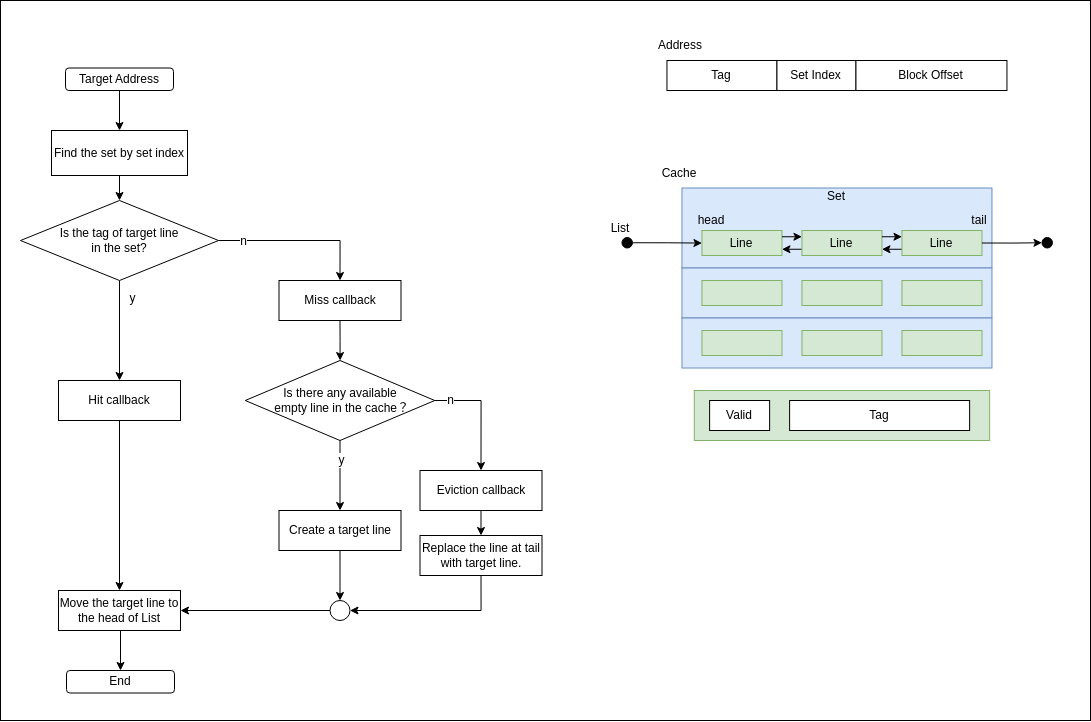
Earlier version of the draw.io export Lab/lab3_cachelab/cachelab-handout/LRU_flow.png (ghghghg2/CS-APP-Lab). Source tidied: cells renumbered, new cells last; positions are measured from the earlier drawing's top-left corner, leaving out a move shared by most shapes. The source it was exported from:
```xml
<mxGraphModel>
  <root>
    <mxCell id="0" />
    <mxCell id="1" parent="0" />
    <mxCell id="2" style="rounded=0;whiteSpace=wrap;html=1;" parent="1" vertex="1">
      <mxGeometry width="1090" height="720" as="geometry" />
    </mxCell>
    <mxCell id="3" style="edgeStyle=orthogonalEdgeStyle;rounded=0;jettySize=auto;html=1;" parent="1" edge="1" source="7" target="16">
      <mxGeometry relative="1" as="geometry" />
    </mxCell>
    <mxCell id="4" value="y" style="edgeLabel;html=1;align=center;verticalAlign=middle;" parent="3" vertex="1">
      <mxGeometry x="-0.7" relative="1" as="geometry">
        <mxPoint x="12" y="2" as="offset" />
      </mxGeometry>
    </mxCell>
    <mxCell id="5" style="edgeStyle=orthogonalEdgeStyle;rounded=0;jettySize=auto;html=1;exitX=1;exitY=0.5;exitDx=0;exitDy=0;entryX=0.5;entryY=0;entryDx=0;entryDy=0;" parent="1" edge="1" source="7" target="18">
      <mxGeometry relative="1" as="geometry" />
    </mxCell>
    <mxCell id="6" value="n" style="edgeLabel;html=1;align=center;verticalAlign=middle;" parent="5" vertex="1">
      <mxGeometry x="-0.84" y="-3" relative="1" as="geometry">
        <mxPoint x="11" y="-3" as="offset" />
      </mxGeometry>
    </mxCell>
    <mxCell id="7" value="Is the tag of target line &lt;br&gt;in the set?" style="rhombus;whiteSpace=wrap;html=1;" parent="1" vertex="1">
      <mxGeometry x="20" y="200" width="198" height="80" as="geometry" />
    </mxCell>
    <mxCell id="8" style="edgeStyle=orthogonalEdgeStyle;rounded=0;jettySize=auto;html=1;exitX=0.5;exitY=1;exitDx=0;exitDy=0;entryX=0.5;entryY=0;entryDx=0;entryDy=0;" parent="1" edge="1" source="9" target="7">
      <mxGeometry relative="1" as="geometry" />
    </mxCell>
    <mxCell id="9" value="Find the set by set index" style="rounded=0;whiteSpace=wrap;html=1;" parent="1" vertex="1">
      <mxGeometry x="51" y="130" width="136" height="45" as="geometry" />
    </mxCell>
    <mxCell id="10" style="edgeStyle=orthogonalEdgeStyle;rounded=0;jettySize=auto;html=1;exitX=0.5;exitY=1;exitDx=0;exitDy=0;" parent="1" edge="1" source="11" target="9">
      <mxGeometry relative="1" as="geometry" />
    </mxCell>
    <mxCell id="11" value="Target Address" style="rounded=1;whiteSpace=wrap;html=1;" parent="1" vertex="1">
      <mxGeometry x="65" y="67.5" width="108" height="22.5" as="geometry" />
    </mxCell>
    <mxCell id="12" style="edgeStyle=orthogonalEdgeStyle;rounded=0;jettySize=auto;html=1;exitX=0.5;exitY=1;exitDx=0;exitDy=0;" parent="1" edge="1" target="27">
      <mxGeometry relative="1" as="geometry">
        <mxPoint x="120" y="630" as="sourcePoint" />
      </mxGeometry>
    </mxCell>
    <mxCell id="13" value="Move the target line to the head of List" style="rounded=0;whiteSpace=wrap;html=1;" parent="1" vertex="1">
      <mxGeometry x="58" y="590" width="122" height="40" as="geometry" />
    </mxCell>
    <mxCell id="14" style="edgeStyle=orthogonalEdgeStyle;rounded=0;jettySize=auto;html=1;exitX=0.5;exitY=1;exitDx=0;exitDy=0;entryX=1;entryY=0.5;entryDx=0;entryDy=0;" parent="1" edge="1" source="62" target="26">
      <mxGeometry relative="1" as="geometry" />
    </mxCell>
    <mxCell id="15" style="edgeStyle=orthogonalEdgeStyle;rounded=0;jettySize=auto;html=1;exitX=0.5;exitY=1;exitDx=0;exitDy=0;" parent="1" edge="1" source="16" target="13">
      <mxGeometry relative="1" as="geometry" />
    </mxCell>
    <mxCell id="16" value="Hit callback" style="rounded=0;whiteSpace=wrap;html=1;" parent="1" vertex="1">
      <mxGeometry x="58" y="380" width="122" height="40" as="geometry" />
    </mxCell>
    <mxCell id="17" style="edgeStyle=orthogonalEdgeStyle;rounded=0;jettySize=auto;html=1;exitX=0.5;exitY=1;exitDx=0;exitDy=0;" parent="1" edge="1" source="18" target="21">
      <mxGeometry relative="1" as="geometry" />
    </mxCell>
    <mxCell id="18" value="Miss callback" style="rounded=0;whiteSpace=wrap;html=1;" parent="1" vertex="1">
      <mxGeometry x="278.5" y="280" width="122" height="40" as="geometry" />
    </mxCell>
    <mxCell id="19" value="n" style="edgeStyle=orthogonalEdgeStyle;rounded=0;jettySize=auto;html=1;exitX=1;exitY=0.5;exitDx=0;exitDy=0;entryX=0.5;entryY=0;entryDx=0;entryDy=0;" parent="1" edge="1" source="21" target="23">
      <mxGeometry x="-0.73" relative="1" as="geometry" />
    </mxCell>
    <mxCell id="20" value="y" style="edgeStyle=orthogonalEdgeStyle;rounded=0;jettySize=auto;html=1;exitX=0.5;exitY=1;exitDx=0;exitDy=0;entryX=0.5;entryY=0;entryDx=0;entryDy=0;" parent="1" edge="1" source="21" target="63">
      <mxGeometry x="-0.43" y="1" relative="1" as="geometry" />
    </mxCell>
    <mxCell id="21" value="Is there any available&lt;br&gt;&amp;nbsp;empty line in the cache？" style="rhombus;whiteSpace=wrap;html=1;" parent="1" vertex="1">
      <mxGeometry x="244.8" y="360" width="189.5" height="80" as="geometry" />
    </mxCell>
    <mxCell id="22" style="edgeStyle=orthogonalEdgeStyle;rounded=0;jettySize=auto;html=1;exitX=0.5;exitY=1;exitDx=0;exitDy=0;entryX=0.5;entryY=0;entryDx=0;entryDy=0;" parent="1" edge="1" source="23" target="62">
      <mxGeometry relative="1" as="geometry" />
    </mxCell>
    <mxCell id="23" value="Eviction callback" style="rounded=0;whiteSpace=wrap;html=1;" parent="1" vertex="1">
      <mxGeometry x="419.5" y="470" width="122" height="40" as="geometry" />
    </mxCell>
    <mxCell id="24" style="edgeStyle=orthogonalEdgeStyle;rounded=0;jettySize=auto;html=1;exitX=0.5;exitY=1;exitDx=0;exitDy=0;entryX=0.5;entryY=0;entryDx=0;entryDy=0;" parent="1" edge="1" source="63" target="26">
      <mxGeometry relative="1" as="geometry" />
    </mxCell>
    <mxCell id="25" style="edgeStyle=orthogonalEdgeStyle;rounded=0;jettySize=auto;html=1;exitX=0;exitY=0.5;exitDx=0;exitDy=0;" parent="1" edge="1" source="26" target="13">
      <mxGeometry relative="1" as="geometry" />
    </mxCell>
    <mxCell id="26" style="ellipse;whiteSpace=wrap;html=1;" parent="1" vertex="1">
      <mxGeometry x="329.5" y="600" width="20" height="20" as="geometry" />
    </mxCell>
    <mxCell id="27" value="End" style="rounded=1;whiteSpace=wrap;html=1;" parent="1" vertex="1">
      <mxGeometry x="66" y="670" width="108" height="22.5" as="geometry" />
    </mxCell>
    <mxCell id="28" style="group;" parent="1" vertex="1">
      <mxGeometry x="650" y="30" width="356.5" height="60" as="geometry" />
    </mxCell>
    <mxCell id="29" value="Tag" style="rounded=0;whiteSpace=wrap;html=1;" parent="28" vertex="1">
      <mxGeometry x="16.5" y="30" width="110" height="30" as="geometry" />
    </mxCell>
    <mxCell id="30" value="Set Index" style="rounded=0;whiteSpace=wrap;html=1;" parent="28" vertex="1">
      <mxGeometry x="126.5" y="30" width="79" height="30" as="geometry" />
    </mxCell>
    <mxCell id="31" value="Block Offset" style="rounded=0;whiteSpace=wrap;html=1;" parent="28" vertex="1">
      <mxGeometry x="205.5" y="30" width="151" height="30" as="geometry" />
    </mxCell>
    <mxCell id="32" value="Address" style="text;html=1;strokeColor=none;fillColor=none;align=center;verticalAlign=middle;whiteSpace=wrap;rounded=0;" parent="28" vertex="1">
      <mxGeometry width="60" height="30" as="geometry" />
    </mxCell>
    <mxCell id="33" style="group;" parent="1" vertex="1">
      <mxGeometry x="590" y="157.5" width="462" height="282.5" as="geometry" />
    </mxCell>
    <mxCell id="34" style="rounded=0;whiteSpace=wrap;html=1;fillColor=#dae8fc;strokeColor=#6c8ebf;" parent="33" vertex="1">
      <mxGeometry x="91.5" y="30" width="310" height="80" as="geometry" />
    </mxCell>
    <mxCell id="35" value="Line" style="rounded=0;whiteSpace=wrap;html=1;fillColor=#d5e8d4;strokeColor=#82b366;" parent="33" vertex="1">
      <mxGeometry x="111.5" y="72.5" width="80" height="25" as="geometry" />
    </mxCell>
    <mxCell id="36" style="edgeStyle=orthogonalEdgeStyle;rounded=0;jettySize=auto;html=1;exitX=0;exitY=0.75;exitDx=0;exitDy=0;entryX=1;entryY=0.75;entryDx=0;entryDy=0;" parent="33" edge="1" source="37" target="35">
      <mxGeometry relative="1" as="geometry" />
    </mxCell>
    <mxCell id="37" value="Line" style="rounded=0;whiteSpace=wrap;html=1;fillColor=#d5e8d4;strokeColor=#82b366;" parent="33" vertex="1">
      <mxGeometry x="211.5" y="72.5" width="80" height="25" as="geometry" />
    </mxCell>
    <mxCell id="38" style="edgeStyle=orthogonalEdgeStyle;rounded=0;jettySize=auto;html=1;exitX=1;exitY=0.25;exitDx=0;exitDy=0;entryX=0;entryY=0.25;entryDx=0;entryDy=0;" parent="33" edge="1" source="35" target="37">
      <mxGeometry relative="1" as="geometry" />
    </mxCell>
    <mxCell id="39" style="edgeStyle=orthogonalEdgeStyle;rounded=0;jettySize=auto;html=1;exitX=0;exitY=0.75;exitDx=0;exitDy=0;entryX=1;entryY=0.75;entryDx=0;entryDy=0;" parent="33" edge="1" source="40" target="37">
      <mxGeometry relative="1" as="geometry" />
    </mxCell>
    <mxCell id="40" value="Line" style="rounded=0;whiteSpace=wrap;html=1;fillColor=#d5e8d4;strokeColor=#82b366;" parent="33" vertex="1">
      <mxGeometry x="311.5" y="72.5" width="80" height="25" as="geometry" />
    </mxCell>
    <mxCell id="41" style="edgeStyle=orthogonalEdgeStyle;rounded=0;jettySize=auto;html=1;exitX=1;exitY=0.25;exitDx=0;exitDy=0;entryX=0;entryY=0.25;entryDx=0;entryDy=0;" parent="33" edge="1" source="37" target="40">
      <mxGeometry relative="1" as="geometry" />
    </mxCell>
    <mxCell id="42" style="rounded=0;whiteSpace=wrap;html=1;fillColor=#dae8fc;strokeColor=#6c8ebf;" parent="33" vertex="1">
      <mxGeometry x="91.5" y="110" width="310" height="50" as="geometry" />
    </mxCell>
    <mxCell id="43" style="rounded=0;whiteSpace=wrap;html=1;fillColor=#d5e8d4;strokeColor=#82b366;" parent="33" vertex="1">
      <mxGeometry x="111.5" y="122.5" width="80" height="25" as="geometry" />
    </mxCell>
    <mxCell id="44" style="rounded=0;whiteSpace=wrap;html=1;fillColor=#d5e8d4;strokeColor=#82b366;" parent="33" vertex="1">
      <mxGeometry x="211.5" y="122.5" width="80" height="25" as="geometry" />
    </mxCell>
    <mxCell id="45" style="rounded=0;whiteSpace=wrap;html=1;fillColor=#d5e8d4;strokeColor=#82b366;" parent="33" vertex="1">
      <mxGeometry x="311.5" y="122.5" width="80" height="25" as="geometry" />
    </mxCell>
    <mxCell id="46" style="rounded=0;whiteSpace=wrap;html=1;fillColor=#dae8fc;strokeColor=#6c8ebf;" parent="33" vertex="1">
      <mxGeometry x="91.5" y="160" width="310" height="50" as="geometry" />
    </mxCell>
    <mxCell id="47" style="rounded=0;whiteSpace=wrap;html=1;fillColor=#d5e8d4;strokeColor=#82b366;" parent="33" vertex="1">
      <mxGeometry x="111.5" y="172.5" width="80" height="25" as="geometry" />
    </mxCell>
    <mxCell id="48" style="rounded=0;whiteSpace=wrap;html=1;fillColor=#d5e8d4;strokeColor=#82b366;" parent="33" vertex="1">
      <mxGeometry x="211.5" y="172.5" width="80" height="25" as="geometry" />
    </mxCell>
    <mxCell id="49" style="rounded=0;whiteSpace=wrap;html=1;fillColor=#d5e8d4;strokeColor=#82b366;" parent="33" vertex="1">
      <mxGeometry x="311.5" y="172.5" width="80" height="25" as="geometry" />
    </mxCell>
    <mxCell id="50" value="Set" style="text;html=1;strokeColor=none;fillColor=none;align=center;verticalAlign=middle;whiteSpace=wrap;rounded=0;" parent="33" vertex="1">
      <mxGeometry x="216.5" y="30" width="60" height="17" as="geometry" />
    </mxCell>
    <mxCell id="51" style="edgeStyle=orthogonalEdgeStyle;rounded=0;jettySize=auto;html=1;exitX=1;exitY=0.5;exitDx=0;exitDy=0;" parent="33" edge="1" source="52" target="35">
      <mxGeometry relative="1" as="geometry" />
    </mxCell>
    <mxCell id="52" style="ellipse;whiteSpace=wrap;html=1;fillColor=#000000;" parent="33" vertex="1">
      <mxGeometry x="31.5" y="79.5" width="10.5" height="10.5" as="geometry" />
    </mxCell>
    <mxCell id="53" style="ellipse;whiteSpace=wrap;html=1;fillColor=#000000;" parent="33" vertex="1">
      <mxGeometry x="451.5" y="79.5" width="10.5" height="10.5" as="geometry" />
    </mxCell>
    <mxCell id="54" style="edgeStyle=orthogonalEdgeStyle;rounded=0;jettySize=auto;html=1;exitX=1;exitY=0.5;exitDx=0;exitDy=0;entryX=0;entryY=0.5;entryDx=0;entryDy=0;" parent="33" edge="1" source="40" target="53">
      <mxGeometry relative="1" as="geometry" />
    </mxCell>
    <mxCell id="55" value="head" style="text;html=1;strokeColor=none;fillColor=none;align=center;verticalAlign=middle;whiteSpace=wrap;rounded=0;" parent="33" vertex="1">
      <mxGeometry x="101.5" y="52.5" width="40" height="20" as="geometry" />
    </mxCell>
    <mxCell id="56" value="tail" style="text;html=1;strokeColor=none;fillColor=none;align=center;verticalAlign=middle;whiteSpace=wrap;rounded=0;" parent="33" vertex="1">
      <mxGeometry x="377.5" y="52.5" width="24" height="20" as="geometry" />
    </mxCell>
    <mxCell id="57" style="rounded=0;whiteSpace=wrap;html=1;fillColor=#d5e8d4;strokeColor=#82b366;" parent="33" vertex="1">
      <mxGeometry x="103.8" y="232.5" width="295.3" height="50" as="geometry" />
    </mxCell>
    <mxCell id="58" value="Valid" style="rounded=0;whiteSpace=wrap;html=1;" parent="33" vertex="1">
      <mxGeometry x="119.1" y="242.5" width="60" height="30" as="geometry" />
    </mxCell>
    <mxCell id="59" value="Tag" style="rounded=0;whiteSpace=wrap;html=1;" parent="33" vertex="1">
      <mxGeometry x="199.1" y="242.5" width="180" height="30" as="geometry" />
    </mxCell>
    <mxCell id="60" value="Cache" style="text;html=1;strokeColor=none;fillColor=none;align=center;verticalAlign=middle;whiteSpace=wrap;rounded=0;" parent="33" vertex="1">
      <mxGeometry x="59.1" width="60" height="30" as="geometry" />
    </mxCell>
    <mxCell id="61" value="List" style="text;html=1;strokeColor=none;fillColor=none;align=center;verticalAlign=middle;whiteSpace=wrap;rounded=0;" parent="33" vertex="1">
      <mxGeometry y="55.5" width="60" height="30" as="geometry" />
    </mxCell>
    <mxCell id="62" value="Replace the line at tail with target line." style="rounded=0;whiteSpace=wrap;html=1;" parent="1" vertex="1">
      <mxGeometry x="419.5" y="535" width="122" height="40" as="geometry" />
    </mxCell>
    <mxCell id="63" value="Create a target line" style="rounded=0;whiteSpace=wrap;html=1;" parent="1" vertex="1">
      <mxGeometry x="278.5" y="510" width="122" height="40" as="geometry" />
    </mxCell>
  </root>
</mxGraphModel>
```
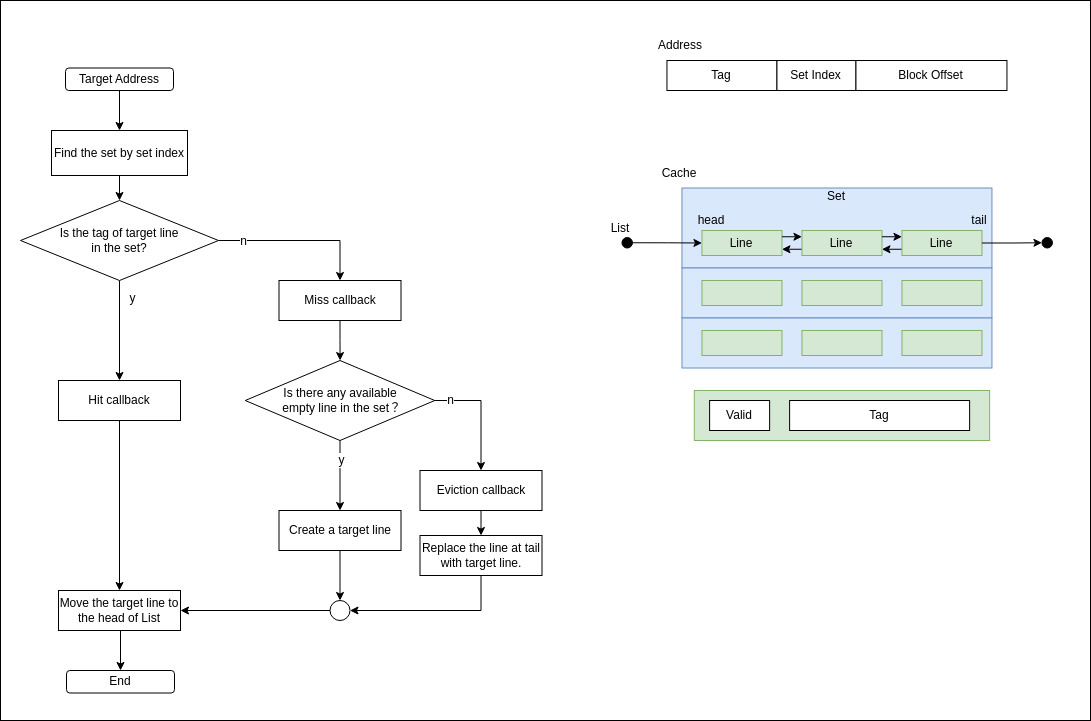
Later version of the same file.

Commit message:
Modify the flow diagram

Change to the diagram source:
```diff
@@ -65,7 +65,7 @@
     <mxCell id="20" value="y" style="edgeStyle=orthogonalEdgeStyle;rounded=0;jettySize=auto;html=1;exitX=0.5;exitY=1;exitDx=0;exitDy=0;entryX=0.5;entryY=0;entryDx=0;entryDy=0;" parent="1" edge="1" source="21" target="63">
       <mxGeometry x="-0.43" y="1" relative="1" as="geometry" />
     </mxCell>
-    <mxCell id="21" value="Is there any available&lt;br&gt;&amp;nbsp;empty line in the cache？" style="rhombus;whiteSpace=wrap;html=1;" parent="1" vertex="1">
+    <mxCell id="21" value="Is there any available&lt;br&gt;&amp;nbsp;empty line in the set？" style="rhombus;whiteSpace=wrap;html=1;" parent="1" vertex="1">
       <mxGeometry x="244.8" y="360" width="189.5" height="80" as="geometry" />
     </mxCell>
     <mxCell id="22" style="edgeStyle=orthogonalEdgeStyle;rounded=0;jettySize=auto;html=1;exitX=0.5;exitY=1;exitDx=0;exitDy=0;entryX=0.5;entryY=0;entryDx=0;entryDy=0;" parent="1" edge="1" source="23" target="62">
```
